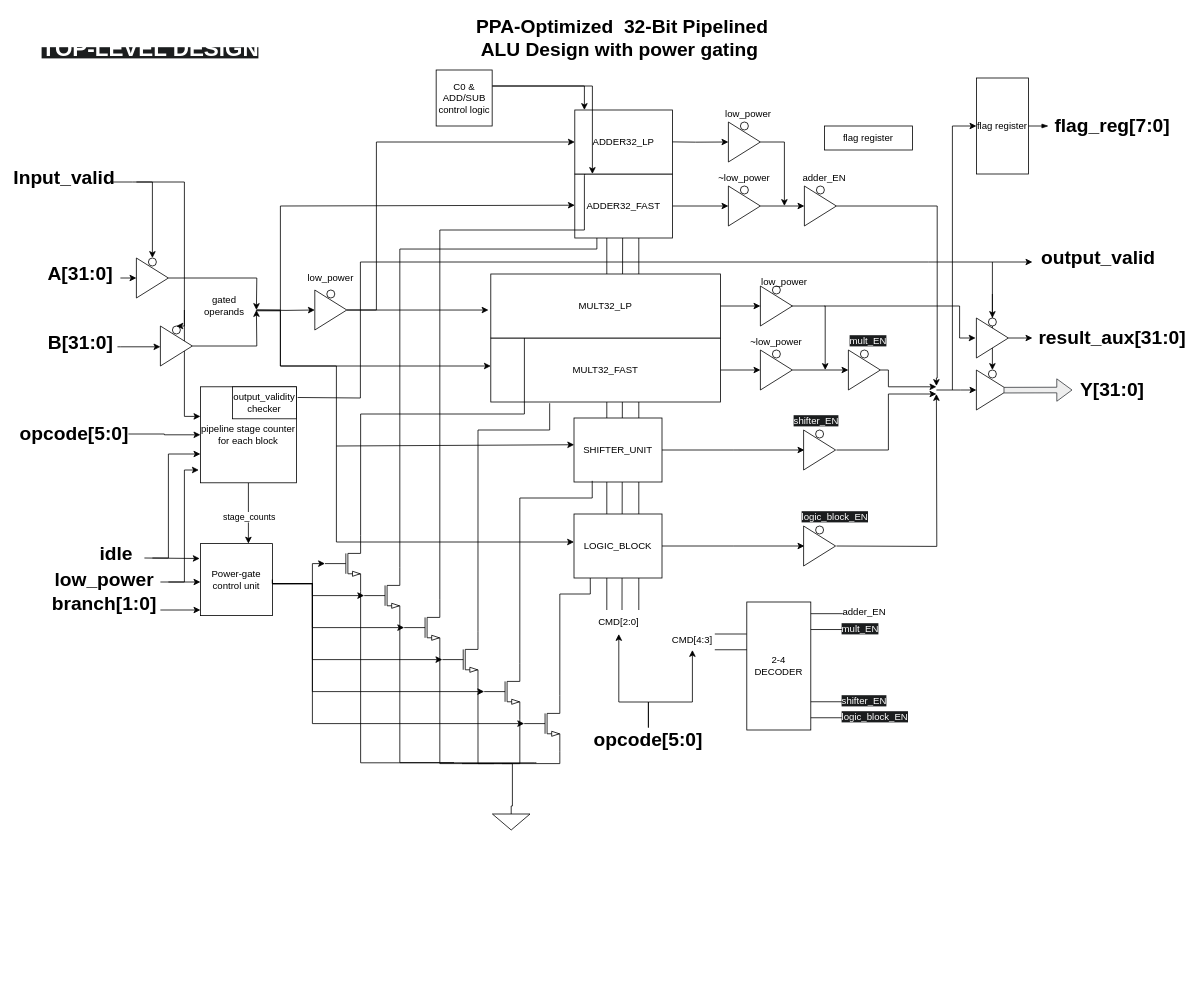
Earlier version of the draw.io diagram documents/alu.drawio (BekiryY/PPA-Optimized-32-bit-Pipelined-ALU-Design). Source tidied: cells renumbered, new cells numbered last; positions are measured from the earlier drawing's top-left corner, leaving out a move shared by most shapes. Both pictures are drawn from the tidied source at 80%, with x=0, y=0 at pixel (20, 14).
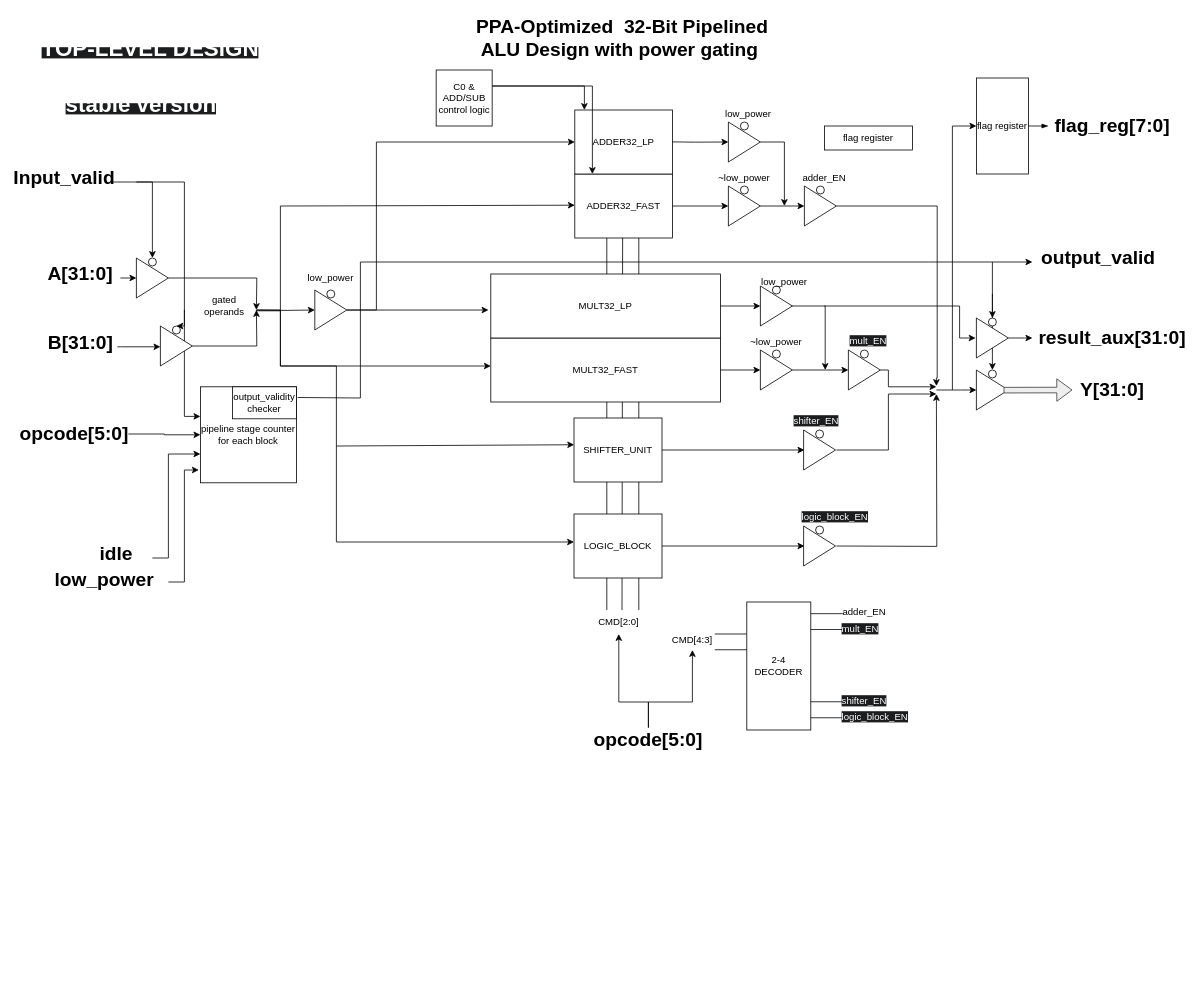
After the change.

Unchanged cells that the change refers to:
```xml
<mxCell id="12" value="SHIFTER_UNIT" style="rounded=0;whiteSpace=wrap;html=1;" parent="1" vertex="1">
  <mxGeometry x="692" y="505" width="110" height="80" as="geometry" />
</mxCell>
<mxCell id="25" value="LOGIC_BLOCK" style="rounded=0;whiteSpace=wrap;html=1;" parent="1" vertex="1">
  <mxGeometry x="692" y="625" width="110" height="80" as="geometry" />
</mxCell>
<mxCell id="42" value="ADDER32_LP" style="rounded=0;whiteSpace=wrap;html=1;" parent="1" vertex="1">
  <mxGeometry x="693" y="120" width="122" height="80" as="geometry" />
</mxCell>
<mxCell id="70" value="MULT32_LP" style="rounded=0;whiteSpace=wrap;html=1;" parent="1" vertex="1">
  <mxGeometry x="588" y="325" width="287" height="80" as="geometry" />
</mxCell>
<mxCell id="138" value="pipeline stage counter for each block" style="whiteSpace=wrap;html=1;" parent="135" vertex="1">
  <mxGeometry x="50" y="76" width="120" height="120" as="geometry" />
</mxCell>
```

Diff of the diagram source:
```diff
@@
-    <mxCell id="14" style="edgeStyle=orthogonalEdgeStyle;rounded=0;jettySize=auto;html=1;exitX=1;exitY=0;exitDx=0;exitDy=0;exitPerimeter=0;entryX=0.117;entryY=1.019;entryDx=0;entryDy=0;entryPerimeter=0;endArrow=none;endFill=0;" parent="1" edge="1" source="15">
-      <mxGeometry relative="1" as="geometry">
-        <mxPoint x="661.6" y="486.5" as="targetPoint" />
-        <Array as="points">
-          <mxPoint x="572" y="520" />
-          <mxPoint x="662" y="520" />
-          <mxPoint x="662" y="487" />
-        </Array>
-      </mxGeometry>
-    </mxCell>
-    <mxCell id="15" style="verticalLabelPosition=bottom;shadow=0;dashed=0;align=center;html=1;verticalAlign=top;shape=mxgraph.electrical.transistors.nmos;" parent="1" vertex="1">
-      <mxGeometry x="519.7" y="772" width="60" height="70" as="geometry" />
-    </mxCell>
-    <mxCell id="16" style="edgeStyle=orthogonalEdgeStyle;rounded=0;jettySize=auto;html=1;exitX=1;exitY=1;exitDx=0;exitDy=0;exitPerimeter=0;entryX=0.5;entryY=0;entryDx=0;entryDy=0;entryPerimeter=0;endArrow=none;endFill=0;" parent="1" edge="1" source="15" target="27">
-      <mxGeometry relative="1" as="geometry">
-        <Array as="points">
-          <mxPoint x="572" y="937" />
-          <mxPoint x="615" y="937" />
-          <mxPoint x="615" y="990" />
-        </Array>
-      </mxGeometry>
-    </mxCell>
-    <mxCell id="17" style="edgeStyle=orthogonalEdgeStyle;rounded=0;jettySize=auto;html=1;exitX=1;exitY=0;exitDx=0;exitDy=0;exitPerimeter=0;entryX=0.207;entryY=0.982;entryDx=0;entryDy=0;entryPerimeter=0;endArrow=none;endFill=0;" parent="1" edge="1" source="18" target="12">
-      <mxGeometry relative="1" as="geometry">
-        <Array as="points">
-          <mxPoint x="624" y="605" />
-          <mxPoint x="715" y="605" />
-        </Array>
-      </mxGeometry>
-    </mxCell>
-    <mxCell id="18" style="verticalLabelPosition=bottom;shadow=0;dashed=0;align=center;html=1;verticalAlign=top;shape=mxgraph.electrical.transistors.nmos;" parent="1" vertex="1">
-      <mxGeometry x="569" y="812" width="66" height="70" as="geometry" />
-    </mxCell>
-    <mxCell id="19" style="verticalLabelPosition=bottom;shadow=0;dashed=0;align=center;html=1;verticalAlign=top;shape=mxgraph.electrical.transistors.nmos;" parent="1" vertex="1">
-      <mxGeometry x="622" y="852" width="60" height="70" as="geometry" />
-    </mxCell>
-    <mxCell id="20" style="edgeStyle=orthogonalEdgeStyle;rounded=0;jettySize=auto;html=1;exitX=1;exitY=1;exitDx=0;exitDy=0;exitPerimeter=0;endArrow=none;endFill=0;" parent="1" edge="1" source="22">
-      <mxGeometry relative="1" as="geometry">
-        <mxPoint x="592" y="937" as="targetPoint" />
-        <Array as="points">
-          <mxPoint x="524" y="937" />
-        </Array>
-      </mxGeometry>
-    </mxCell>
-    <mxCell id="21" style="edgeStyle=orthogonalEdgeStyle;rounded=0;jettySize=auto;html=1;exitX=1;exitY=0;exitDx=0;exitDy=0;exitPerimeter=0;entryX=0.105;entryY=0.988;entryDx=0;entryDy=0;entryPerimeter=0;endArrow=none;endFill=0;" parent="1" edge="1" source="22" target="42">
-      <mxGeometry relative="1" as="geometry">
-        <Array as="points">
-          <mxPoint x="524" y="270" />
-          <mxPoint x="705" y="270" />
-          <mxPoint x="705" y="202" />
-          <mxPoint x="705" y="202" />
-        </Array>
-      </mxGeometry>
-    </mxCell>
-    <mxCell id="22" style="verticalLabelPosition=bottom;shadow=0;dashed=0;align=center;html=1;verticalAlign=top;shape=mxgraph.electrical.transistors.nmos;" parent="1" vertex="1">
-      <mxGeometry x="472" y="732" width="60" height="70" as="geometry" />
-    </mxCell>
-    <mxCell id="23" style="edgeStyle=orthogonalEdgeStyle;rounded=0;jettySize=auto;html=1;exitX=1;exitY=1;exitDx=0;exitDy=0;exitPerimeter=0;endArrow=none;endFill=0;" parent="1" edge="1" source="18">
-      <mxGeometry relative="1" as="geometry">
-        <mxPoint x="552" y="937" as="targetPoint" />
-        <Array as="points">
-          <mxPoint x="624" y="937" />
-        </Array>
-      </mxGeometry>
-    </mxCell>
-    <mxCell id="24" style="edgeStyle=orthogonalEdgeStyle;rounded=0;jettySize=auto;html=1;exitX=1;exitY=1;exitDx=0;exitDy=0;exitPerimeter=0;endArrow=none;endFill=0;" parent="1" edge="1" source="19">
-      <mxGeometry relative="1" as="geometry">
-        <mxPoint x="602" y="937" as="targetPoint" />
-        <Array as="points">
-          <mxPoint x="674" y="937" />
-        </Array>
-      </mxGeometry>
-    </mxCell>
@@
-    <mxCell id="26" style="edgeStyle=orthogonalEdgeStyle;rounded=0;jettySize=auto;html=1;exitX=1;exitY=0;exitDx=0;exitDy=0;exitPerimeter=0;entryX=0.185;entryY=1;entryDx=0;entryDy=0;entryPerimeter=0;endArrow=none;endFill=0;" parent="1" edge="1" source="19" target="25">
-      <mxGeometry relative="1" as="geometry">
-        <Array as="points">
-          <mxPoint x="674" y="725" />
-          <mxPoint x="712" y="725" />
-        </Array>
-      </mxGeometry>
-    </mxCell>
-    <mxCell id="27" style="verticalLabelPosition=bottom;shadow=0;dashed=0;align=center;html=1;verticalAlign=top;shape=mxgraph.electrical.signal_sources.signal_ground;" parent="1" vertex="1">
-      <mxGeometry x="590" y="990" width="47" height="30" as="geometry" />
-    </mxCell>
@@
-    <mxCell id="96" style="edgeStyle=orthogonalEdgeStyle;rounded=0;jettySize=auto;html=1;" parent="1" edge="1" source="138" target="99">
-      <mxGeometry relative="1" as="geometry">
-        <Array as="points">
-          <mxPoint x="255" y="535" />
-          <mxPoint x="255" y="535" />
-        </Array>
-      </mxGeometry>
-    </mxCell>
-    <mxCell id="97" value="stage_counts" style="edgeLabel;html=1;align=center;verticalAlign=middle;" parent="96" vertex="1">
-      <mxGeometry x="0.05" y="-3" relative="1" as="geometry">
-        <mxPoint x="3" y="2" as="offset" />
-      </mxGeometry>
-    </mxCell>
-    <mxCell id="98" style="edgeStyle=orthogonalEdgeStyle;rounded=0;jettySize=auto;html=1;" parent="1" edge="1" source="99" target="22">
-      <mxGeometry relative="1" as="geometry">
-        <Array as="points">
-          <mxPoint x="365" y="712" />
-          <mxPoint x="365" y="767" />
-        </Array>
-      </mxGeometry>
-    </mxCell>
-    <mxCell id="99" value="Power-gate control unit" style="whiteSpace=wrap;html=1;" parent="1" vertex="1">
-      <mxGeometry x="225" y="662" width="90" height="90" as="geometry" />
-    </mxCell>
-    <mxCell id="100" style="edgeStyle=orthogonalEdgeStyle;rounded=0;jettySize=auto;html=1;exitX=1;exitY=0.5;exitDx=0;exitDy=0;entryX=0;entryY=0.5;entryDx=0;entryDy=0;entryPerimeter=0;" parent="1" edge="1" source="99" target="15">
-      <mxGeometry relative="1" as="geometry">
-        <Array as="points">
-          <mxPoint x="365" y="712" />
-          <mxPoint x="365" y="807" />
-        </Array>
-      </mxGeometry>
-    </mxCell>
-    <mxCell id="101" style="edgeStyle=orthogonalEdgeStyle;rounded=0;jettySize=auto;html=1;entryX=0;entryY=0.5;entryDx=0;entryDy=0;entryPerimeter=0;" parent="1" edge="1" target="18">
-      <mxGeometry relative="1" as="geometry">
-        <mxPoint x="315" y="712" as="sourcePoint" />
-        <Array as="points">
-          <mxPoint x="365" y="712" />
-          <mxPoint x="365" y="847" />
-        </Array>
-      </mxGeometry>
-    </mxCell>
-    <mxCell id="102" style="edgeStyle=orthogonalEdgeStyle;rounded=0;jettySize=auto;html=1;entryX=0;entryY=0.5;entryDx=0;entryDy=0;entryPerimeter=0;exitX=1;exitY=0.5;exitDx=0;exitDy=0;" parent="1" edge="1" source="99" target="19">
-      <mxGeometry relative="1" as="geometry">
-        <Array as="points">
-          <mxPoint x="365" y="712" />
-          <mxPoint x="365" y="887" />
-          <mxPoint x="630" y="887" />
-        </Array>
-      </mxGeometry>
-    </mxCell>
-    <mxCell id="103" style="endArrow=classic;html=1;rounded=0;entryX=0;entryY=0.5;entryDx=0;entryDy=0;" parent="1" edge="1">
-      <mxGeometry relative="1" as="geometry">
-        <mxPoint x="175" y="745" as="sourcePoint" />
-        <mxPoint x="225" y="745" as="targetPoint" />
-      </mxGeometry>
-    </mxCell>
-    <mxCell id="104" value="&lt;b&gt;&lt;font style=&quot;font-size: 24px;&quot;&gt;branch[1:0]&lt;/font&gt;&lt;/b&gt;" style="text;html=1;align=center;verticalAlign=middle;whiteSpace=wrap;rounded=0;" parent="1" vertex="1">
-      <mxGeometry x="75" y="722" width="60" height="30" as="geometry" />
-    </mxCell>
@@
-    <mxCell id="108" style="edgeStyle=orthogonalEdgeStyle;rounded=0;jettySize=auto;html=1;exitX=1;exitY=1;exitDx=0;exitDy=0;exitPerimeter=0;endArrow=none;endFill=0;" parent="1" edge="1" source="110">
-      <mxGeometry relative="1" as="geometry">
-        <mxPoint x="542" y="935.8" as="targetPoint" />
-        <Array as="points">
-          <mxPoint x="474" y="935.8" />
-        </Array>
-      </mxGeometry>
-    </mxCell>
-    <mxCell id="109" style="edgeStyle=orthogonalEdgeStyle;rounded=0;jettySize=auto;html=1;exitX=1;exitY=0;exitDx=0;exitDy=0;exitPerimeter=0;entryX=0.16;entryY=1.015;entryDx=0;entryDy=0;entryPerimeter=0;endArrow=none;endFill=0;" parent="1" edge="1" source="110">
-      <mxGeometry relative="1" as="geometry">
-        <mxPoint x="720.6" y="280" as="targetPoint" />
-        <Array as="points">
-          <mxPoint x="474" y="293.8" />
-          <mxPoint x="721" y="293.8" />
-        </Array>
-      </mxGeometry>
-    </mxCell>
-    <mxCell id="110" style="verticalLabelPosition=bottom;shadow=0;dashed=0;align=center;html=1;verticalAlign=top;shape=mxgraph.electrical.transistors.nmos;" parent="1" vertex="1">
-      <mxGeometry x="422" y="692" width="60" height="70" as="geometry" />
-    </mxCell>
-    <mxCell id="111" style="edgeStyle=orthogonalEdgeStyle;rounded=0;jettySize=auto;html=1;exitX=1;exitY=1;exitDx=0;exitDy=0;exitPerimeter=0;endArrow=none;endFill=0;" parent="1" edge="1" source="113">
-      <mxGeometry relative="1" as="geometry">
-        <mxPoint x="645" y="936" as="targetPoint" />
-        <Array as="points">
-          <mxPoint x="425" y="936" />
-          <mxPoint x="643" y="936" />
-        </Array>
-      </mxGeometry>
-    </mxCell>
-    <mxCell id="112" style="edgeStyle=orthogonalEdgeStyle;rounded=0;jettySize=auto;html=1;exitX=1;exitY=0;exitDx=0;exitDy=0;exitPerimeter=0;endArrow=none;endFill=0;" parent="1" edge="1" source="113" target="70">
-      <mxGeometry relative="1" as="geometry">
-        <Array as="points">
-          <mxPoint x="425" y="500" />
-          <mxPoint x="630" y="500" />
-        </Array>
-      </mxGeometry>
-    </mxCell>
-    <mxCell id="113" style="verticalLabelPosition=bottom;shadow=0;dashed=0;align=center;html=1;verticalAlign=top;shape=mxgraph.electrical.transistors.nmos;" parent="1" vertex="1">
-      <mxGeometry x="373" y="652" width="60" height="70" as="geometry" />
-    </mxCell>
-    <mxCell id="114" style="endArrow=classic;html=1;rounded=0;entryX=0;entryY=0.5;entryDx=0;entryDy=0;entryPerimeter=0;exitX=1.002;exitY=0.557;exitDx=0;exitDy=0;exitPerimeter=0;" parent="1" edge="1" source="99" target="113">
-      <mxGeometry relative="1" as="geometry">
-        <Array as="points">
-          <mxPoint x="365" y="712" />
-          <mxPoint x="365" y="687" />
-        </Array>
-      </mxGeometry>
-    </mxCell>
-    <mxCell id="115" style="endArrow=classic;html=1;rounded=0;entryX=0;entryY=0.5;entryDx=0;entryDy=0;entryPerimeter=0;" parent="1" edge="1" target="110">
-      <mxGeometry relative="1" as="geometry">
-        <mxPoint x="315" y="712" as="sourcePoint" />
-        <Array as="points">
-          <mxPoint x="365" y="712" />
-          <mxPoint x="365" y="727" />
-        </Array>
-      </mxGeometry>
-    </mxCell>
@@
-    <mxCell id="122" style="endArrow=classic;html=1;rounded=0;" parent="1" edge="1">
-      <mxGeometry relative="1" as="geometry">
-        <mxPoint x="175" y="710" as="sourcePoint" />
-        <mxPoint x="225" y="710" as="targetPoint" />
-      </mxGeometry>
-    </mxCell>
@@
-    <mxCell id="124" style="endArrow=classic;html=1;rounded=0;entryX=-0.01;entryY=0.207;entryDx=0;entryDy=0;entryPerimeter=0;" parent="1" edge="1" target="99">
-      <mxGeometry relative="1" as="geometry">
-        <mxPoint x="155" y="680" as="sourcePoint" />
-      </mxGeometry>
-    </mxCell>
@@
+    <mxCell id="165" value="&lt;span style=&quot;color: rgb(255, 255, 255); font-family: Helvetica; font-style: normal; font-variant-ligatures: normal; font-variant-caps: normal; font-weight: 700; letter-spacing: normal; orphans: 2; text-align: center; text-indent: 0px; text-transform: none; widows: 2; word-spacing: 0px; -webkit-text-stroke-width: 0px; white-space: normal; background-color: rgb(27, 29, 30); text-decoration-thickness: initial; text-decoration-style: initial; text-decoration-color: initial; float: none; display: inline !important;&quot;&gt;&lt;font style=&quot;font-size: 28px;&quot;&gt;stable version&lt;/font&gt;&lt;/span&gt;" style="text;whiteSpace=wrap;html=1;" parent="1" vertex="1">
+      <mxGeometry x="55" y="90" width="280" height="50" as="geometry" />
+    </mxCell>
```
